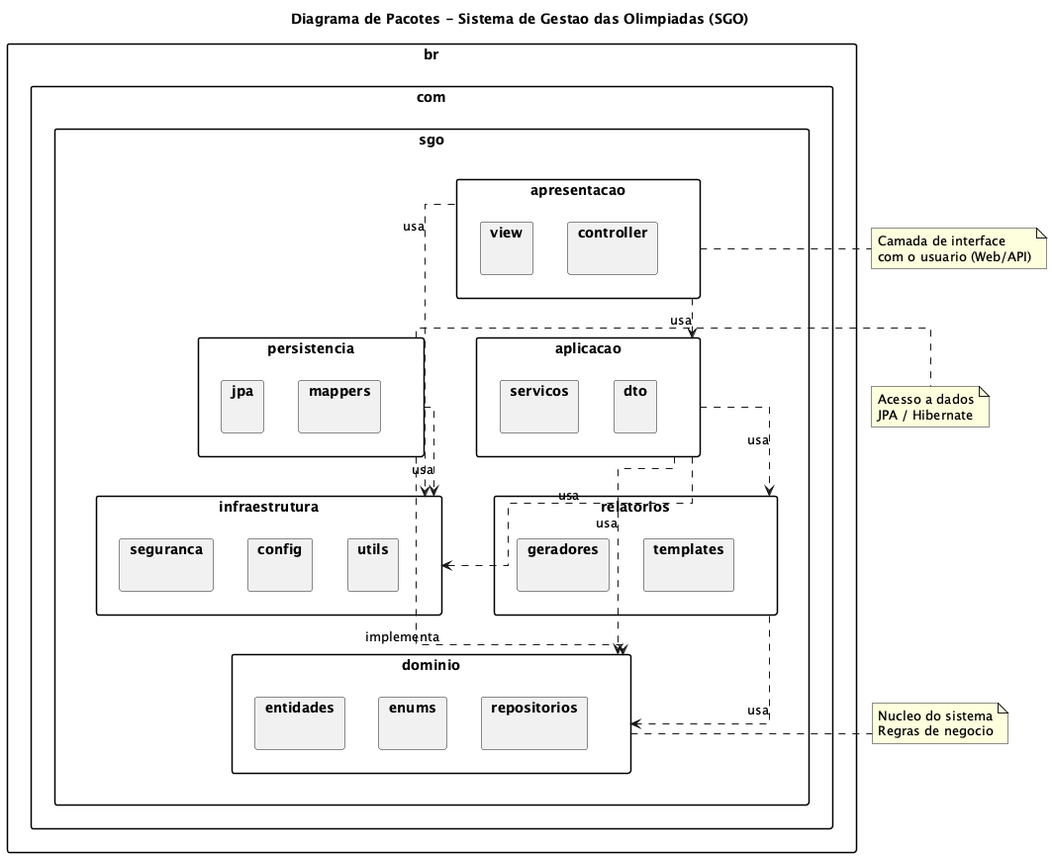
This is imagens/diagrama-de-pacotes.png from MirandaSls/Trabalho-SGO, a PlantUML export, as it was before one commit. Its diagram source:
```plantuml
@startuml diagrama-de-pacotes
title Diagrama de Pacotes - Sistema de Gestao das Olimpiadas (SGO)

skinparam packageStyle rectangle
skinparam linetype ortho

package "br.com.sgo" {

  package "apresentacao" as APR {
    package "view" {
    }
    package "controller" {
    }
  }

  package "aplicacao" as APP {
    package "servicos" {
    }
    package "dto" {
    }
  }

  package "dominio" as DOM {
    package "entidades" {
    }
    package "enums" {
    }
    package "repositorios" {
    }
  }

  package "persistencia" as PER {
    package "jpa" {
    }
    package "mappers" {
    }
  }

  package "infraestrutura" as INF {
    package "seguranca" {
    }
    package "config" {
    }
    package "utils" {
    }
  }

  package "relatorios" as REL {
    package "geradores" {
    }
    package "templates" {
    }
  }

}

APR ..> APP : usa
APP ..> DOM : usa
APP ..> REL : usa
PER ..> DOM : implementa
PER ..> INF : usa
REL ..> DOM : usa
APR ..> INF : usa
APP ..> INF : usa

note right of APR
  Camada de interface
  com o usuario (Web/API)
end note

note right of DOM
  Nucleo do sistema
  Regras de negocio
end note

note right of PER
  Acesso a dados
  JPA / Hibernate
end note

@enduml
```
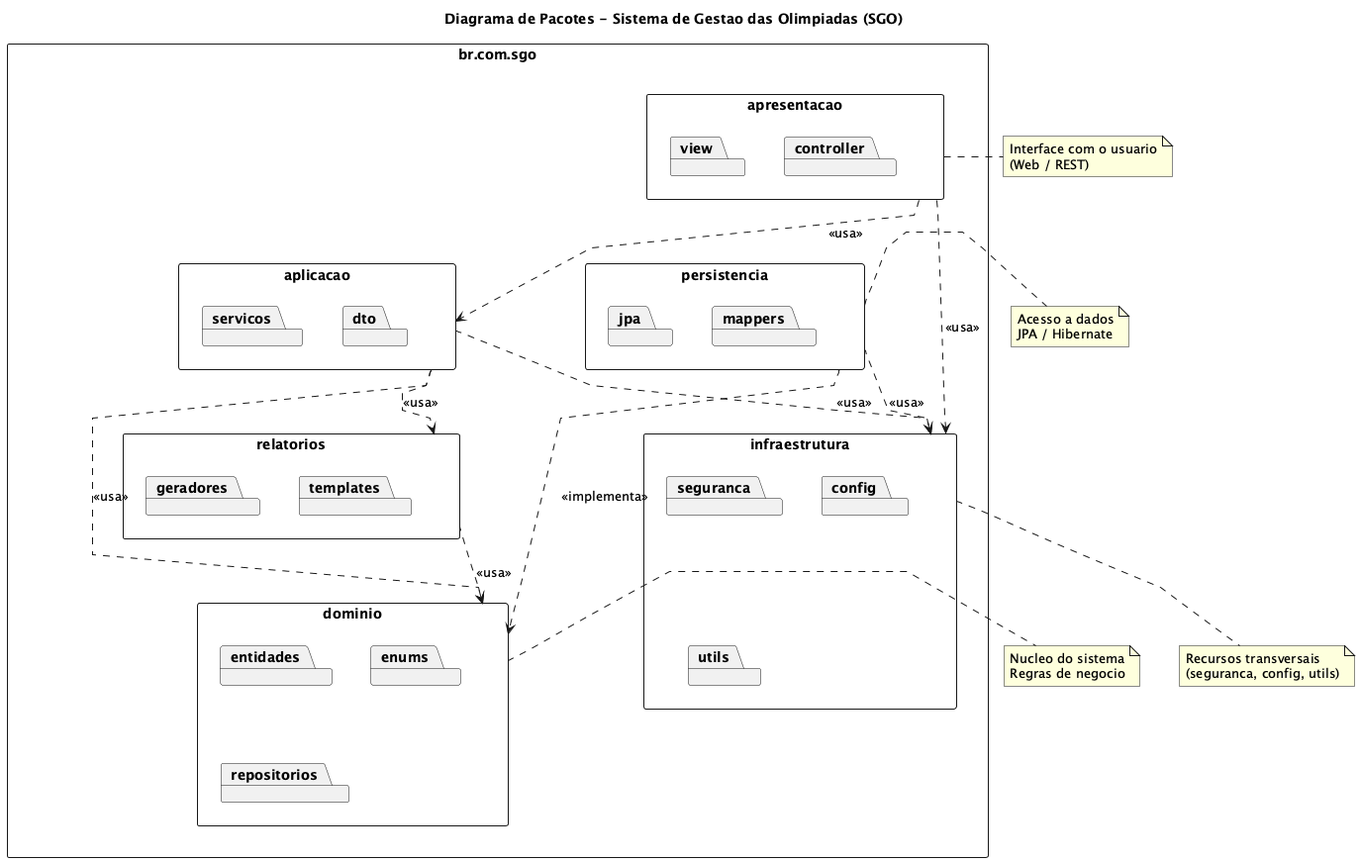
After the commit.

Diff of the diagram source:
```diff
@@ -2,80 +2,72 @@
 title Diagrama de Pacotes - Sistema de Gestao das Olimpiadas (SGO)
 
 skinparam packageStyle rectangle
-skinparam linetype ortho
+skinparam linetype polyline
+skinparam nodesep 40
+skinparam ranksep 60
 
 package "br.com.sgo" {
 
-  package "apresentacao" as APR {
-    package "view" {
-    }
-    package "controller" {
-    }
+  package "apresentacao" {
+    package "view"
+    package "controller"
   }
 
-  package "aplicacao" as APP {
-    package "servicos" {
-    }
-    package "dto" {
-    }
+  package "aplicacao" {
+    package "servicos"
+    package "dto"
   }
 
-  package "dominio" as DOM {
-    package "entidades" {
-    }
-    package "enums" {
-    }
-    package "repositorios" {
-    }
+  package "relatorios" {
+    package "geradores"
+    package "templates"
   }
 
-  package "persistencia" as PER {
-    package "jpa" {
-    }
-    package "mappers" {
-    }
+  package "dominio" {
+    package "entidades"
+    package "enums"
+    package "repositorios"
   }
 
-  package "infraestrutura" as INF {
-    package "seguranca" {
-    }
-    package "config" {
-    }
-    package "utils" {
-    }
+  package "persistencia" {
+    package "jpa"
+    package "mappers"
   }
 
-  package "relatorios" as REL {
-    package "geradores" {
-    }
-    package "templates" {
-    }
+  package "infraestrutura" {
+    package "seguranca"
+    package "config"
+    package "utils"
   }
-
 }
 
-APR ..> APP : usa
-APP ..> DOM : usa
-APP ..> REL : usa
-PER ..> DOM : implementa
-PER ..> INF : usa
-REL ..> DOM : usa
-APR ..> INF : usa
-APP ..> INF : usa
+apresentacao   ..>  aplicacao      : <<usa>>
+aplicacao      ..>  dominio        : <<usa>>
+aplicacao      ..>  relatorios     : <<usa>>
+relatorios     ..>  dominio        : <<usa>>
+persistencia   ..>  dominio        : <<implementa>>
+persistencia   ..>  infraestrutura : <<usa>>
+apresentacao   ..>  infraestrutura : <<usa>>
+aplicacao      ..>  infraestrutura : <<usa>>
 
-note right of APR
-  Camada de interface
-  com o usuario (Web/API)
+note right of apresentacao
+  Interface com o usuario
+  (Web / REST)
 end note
 
-note right of DOM
+note right of dominio
   Nucleo do sistema
   Regras de negocio
 end note
 
-note right of PER
+note right of persistencia
   Acesso a dados
   JPA / Hibernate
 end note
 
+note bottom of infraestrutura
+  Recursos transversais
+  (seguranca, config, utils)
+end note
+
 @enduml
```
